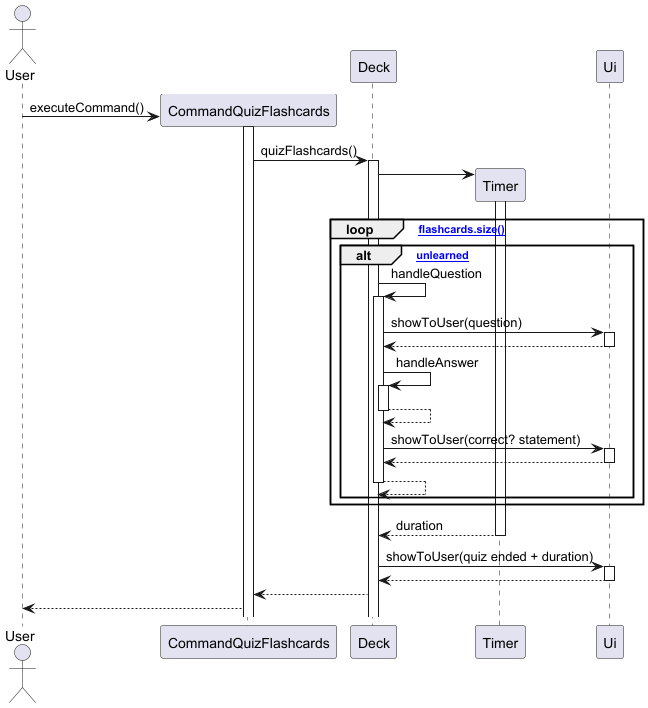
Earlier version of the PlantUML export docs/images/QuizSequenceDiagram.png (felfelyuen/tp). Source of this version:
```plantuml
@startuml
actor User
User -> CommandQuizFlashcards **: executeCommand()
CommandQuizFlashcards++
CommandQuizFlashcards -> Deck++: quizFlashcards()
Deck -> Timer **
Timer ++
loop [flashcards.size()]
    alt [unlearned]
    Deck -> Deck++: handleQuestion
    Deck -> Ui++: showToUser(question)
    return
    Deck -> Deck++: handleAnswer
    return
    Deck -> Ui++ : showToUser(correct? statement)
    return
    return
    end
end
return duration

Deck -> Ui++ : showToUser(quiz ended + duration)
return
Deck --> CommandQuizFlashcards
CommandQuizFlashcards --> User


@enduml
```
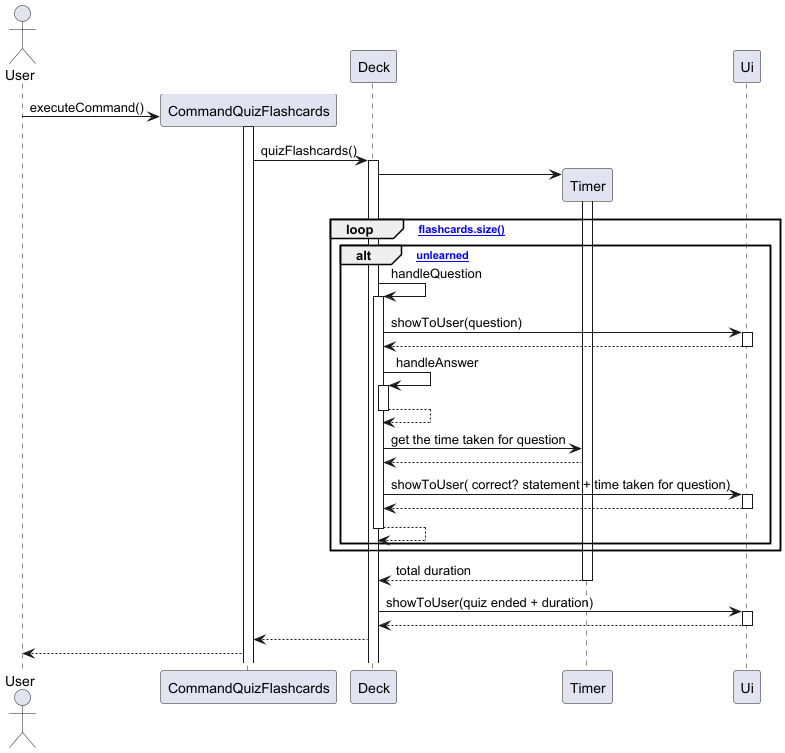
Above is the later version.

The edit, as a diff of the source:
```diff
@@ -12,12 +12,14 @@
     return
     Deck -> Deck++: handleAnswer
     return
-    Deck -> Ui++ : showToUser(correct? statement)
+    Deck -> Timer: get the time taken for question
+    Timer --> Deck
+    Deck -> Ui++ : showToUser( correct? statement + time taken for question)
     return
     return
     end
 end
-return duration
+return total duration
 
 Deck -> Ui++ : showToUser(quiz ended + duration)
 return
```
